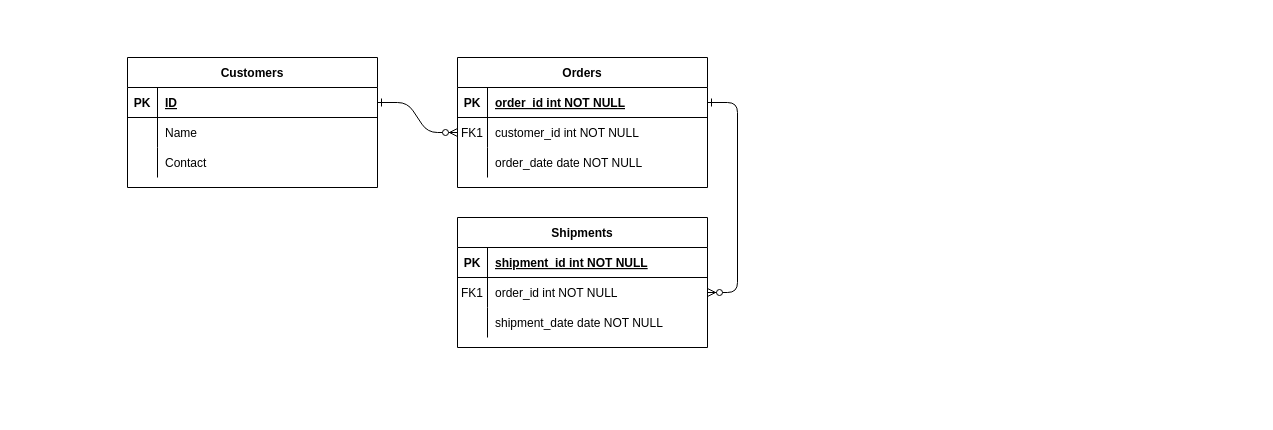
MooMooHorse/MATH221 keeps this draw.io diagram as Untitled Diagram.drawio. Above is the earlier version. Source tidied: cells renumbered, new cells numbered last; positions are measured from the earlier drawing's top-left corner, leaving out a move shared by most shapes. Both pictures are drawn from the tidied source at 100%, with x=0, y=0 at pixel (127, 57).
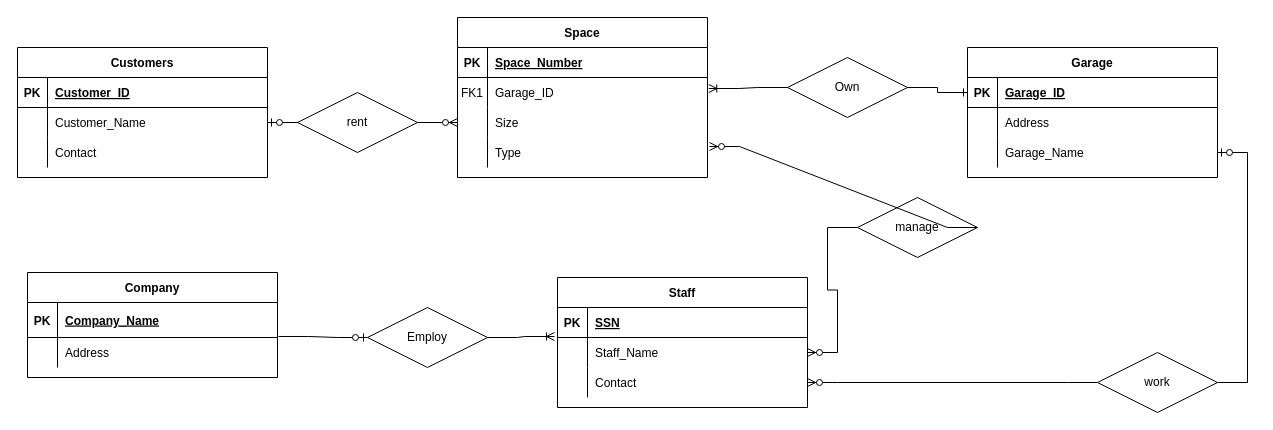
After the change.

The change refers to these unchanged cells:
```xml
<mxCell id="5" style="shape=partialRectangle;fillColor=none;points=[[0,0.5],[1,0.5]];portConstraint=eastwest;top=0;left=0;right=0;bottom=1;" parent="4" vertex="1">
  <mxGeometry y="30" width="250" height="30" as="geometry" />
</mxCell>
<mxCell id="8" style="shape=partialRectangle;fillColor=none;points=[[0,0.5],[1,0.5]];portConstraint=eastwest;top=0;left=0;right=0;bottom=0;" parent="4" vertex="1">
  <mxGeometry y="60" width="250" height="30" as="geometry" />
</mxCell>
<mxCell id="11" style="shape=partialRectangle;fillColor=none;points=[[0,0.5],[1,0.5]];portConstraint=eastwest;top=0;left=0;right=0;bottom=0;" parent="4" vertex="1">
  <mxGeometry y="90" width="250" height="30" as="geometry" />
</mxCell>
<mxCell id="15" style="shape=partialRectangle;fillColor=none;points=[[0,0.5],[1,0.5]];portConstraint=eastwest;top=0;left=0;right=0;bottom=1;" parent="14" vertex="1">
  <mxGeometry y="30" width="250" height="30" as="geometry" />
</mxCell>
<mxCell id="18" style="shape=partialRectangle;fillColor=none;points=[[0,0.5],[1,0.5]];portConstraint=eastwest;top=0;left=0;right=0;bottom=0;" parent="14" vertex="1">
  <mxGeometry y="60" width="250" height="30" as="geometry" />
</mxCell>
<mxCell id="21" style="shape=partialRectangle;fillColor=none;points=[[0,0.5],[1,0.5]];portConstraint=eastwest;top=0;left=0;right=0;bottom=0;" parent="14" vertex="1">
  <mxGeometry y="90" width="250" height="30" as="geometry" />
</mxCell>
<mxCell id="25" style="shape=partialRectangle;fillColor=none;points=[[0,0.5],[1,0.5]];portConstraint=eastwest;top=0;left=0;right=0;bottom=1;" parent="24" vertex="1">
  <mxGeometry y="30" width="250" height="30" as="geometry" />
</mxCell>
<mxCell id="28" style="shape=partialRectangle;fillColor=none;points=[[0,0.5],[1,0.5]];portConstraint=eastwest;top=0;left=0;right=0;bottom=0;" parent="24" vertex="1">
  <mxGeometry y="60" width="250" height="30" as="geometry" />
</mxCell>
```

What changed in the source:
```diff
@@
-    <mxCell id="2" style="edgeStyle=entityRelationEdgeStyle;endArrow=ERzeroToMany;startArrow=ERone;endFill=1;startFill=0;" parent="1" edge="1" source="25" target="8">
-      <mxGeometry relative="1" as="geometry" />
-    </mxCell>
-    <mxCell id="3" style="edgeStyle=entityRelationEdgeStyle;endArrow=ERzeroToMany;startArrow=ERone;endFill=1;startFill=0;" parent="1" edge="1" source="5" target="18">
-      <mxGeometry relative="1" as="geometry" />
-    </mxCell>
+    <mxCell id="34" style="edgeStyle=entityRelationEdgeStyle;fontSize=12;html=1;endArrow=ERzeroToOne;endFill=1;rounded=0;exitX=1;exitY=0.5;exitDx=0;exitDy=0;entryX=1;entryY=0.5;entryDx=0;entryDy=0;" parent="1" edge="1" source="67" target="21">
+      <mxGeometry relative="1" as="geometry" />
+    </mxCell>
-    <mxCell id="4" value="Orders" style="shape=table;startSize=30;childLayout=tableLayout;rowLines=0;fontStyle=1;align=center;" parent="1" vertex="1">
-      <mxGeometry x="330" width="250" height="130" as="geometry" />
+    <mxCell id="4" value="Space" style="shape=table;startSize=30;childLayout=tableLayout;rowLines=0;fontStyle=1;align=center;" parent="1" vertex="1">
+      <mxGeometry x="330" y="-40" width="250" height="160" as="geometry" />
     </mxCell>
@@
-    <mxCell id="7" value="order_id int NOT NULL " style="shape=partialRectangle;overflow=hidden;fillColor=none;top=0;left=0;bottom=0;right=0;align=left;spacingLeft=6;fontStyle=5;" parent="5" vertex="1">
+    <mxCell id="7" value="Space_Number" style="shape=partialRectangle;overflow=hidden;fillColor=none;top=0;left=0;bottom=0;right=0;align=left;spacingLeft=6;fontStyle=5;" parent="5" vertex="1">
       <mxGeometry x="30" width="220" height="30" as="geometry" />
     </mxCell>
@@
-    <mxCell id="10" value="customer_id int NOT NULL" style="shape=partialRectangle;overflow=hidden;fillColor=none;top=0;left=0;bottom=0;right=0;align=left;spacingLeft=6;" parent="8" vertex="1">
+    <mxCell id="10" value="Garage_ID" style="shape=partialRectangle;overflow=hidden;fillColor=none;top=0;left=0;bottom=0;right=0;align=left;spacingLeft=6;" parent="8" vertex="1">
       <mxGeometry x="30" width="220" height="30" as="geometry" />
     </mxCell>
@@
-    <mxCell id="13" value="order_date date NOT NULL" style="shape=partialRectangle;overflow=hidden;fillColor=none;top=0;left=0;bottom=0;right=0;align=left;spacingLeft=6;" parent="11" vertex="1">
+    <mxCell id="13" value="Size" style="shape=partialRectangle;overflow=hidden;fillColor=none;top=0;left=0;bottom=0;right=0;align=left;spacingLeft=6;" parent="11" vertex="1">
       <mxGeometry x="30" width="220" height="30" as="geometry" />
     </mxCell>
+    <mxCell id="35" style="shape=partialRectangle;fillColor=none;points=[[0,0.5],[1,0.5]];portConstraint=eastwest;top=0;left=0;right=0;bottom=0;" parent="4" vertex="1">
+      <mxGeometry y="120" width="250" height="30" as="geometry" />
+    </mxCell>
+    <mxCell id="36" style="shape=partialRectangle;overflow=hidden;fillColor=none;top=0;left=0;bottom=0;right=0;" parent="35" vertex="1">
+      <mxGeometry width="30" height="30" as="geometry" />
+    </mxCell>
+    <mxCell id="37" value="Type" style="shape=partialRectangle;overflow=hidden;fillColor=none;top=0;left=0;bottom=0;right=0;align=left;spacingLeft=6;" parent="35" vertex="1">
+      <mxGeometry x="30" width="220" height="30" as="geometry" />
+    </mxCell>
-    <mxCell id="14" value="Shipments" style="shape=table;startSize=30;childLayout=tableLayout;rowLines=0;fontStyle=1;align=center;" parent="1" vertex="1">
-      <mxGeometry x="330" y="160" width="250" height="130" as="geometry" />
+    <mxCell id="14" value="Garage" style="shape=table;startSize=30;childLayout=tableLayout;rowLines=0;fontStyle=1;align=center;" parent="1" vertex="1">
+      <mxGeometry x="840" y="-10" width="250" height="130" as="geometry" />
     </mxCell>
@@
-    <mxCell id="17" value="shipment_id int NOT NULL " style="shape=partialRectangle;overflow=hidden;fillColor=none;top=0;left=0;bottom=0;right=0;align=left;spacingLeft=6;fontStyle=5;" parent="15" vertex="1">
+    <mxCell id="17" value="Garage_ID" style="shape=partialRectangle;overflow=hidden;fillColor=none;top=0;left=0;bottom=0;right=0;align=left;spacingLeft=6;fontStyle=5;" parent="15" vertex="1">
       <mxGeometry x="30" width="220" height="30" as="geometry" />
     </mxCell>
@@
-    <mxCell id="19" value="FK1" style="shape=partialRectangle;overflow=hidden;fillColor=none;top=0;left=0;bottom=0;right=0;" parent="18" vertex="1">
+    <mxCell id="19" style="shape=partialRectangle;overflow=hidden;fillColor=none;top=0;left=0;bottom=0;right=0;" parent="18" vertex="1">
       <mxGeometry width="30" height="30" as="geometry" />
     </mxCell>
-    <mxCell id="20" value="order_id int NOT NULL" style="shape=partialRectangle;overflow=hidden;fillColor=none;top=0;left=0;bottom=0;right=0;align=left;spacingLeft=6;" parent="18" vertex="1">
+    <mxCell id="20" value="Address" style="shape=partialRectangle;overflow=hidden;fillColor=none;top=0;left=0;bottom=0;right=0;align=left;spacingLeft=6;" parent="18" vertex="1">
       <mxGeometry x="30" width="220" height="30" as="geometry" />
     </mxCell>
@@
-    <mxCell id="23" value="shipment_date date NOT NULL" style="shape=partialRectangle;overflow=hidden;fillColor=none;top=0;left=0;bottom=0;right=0;align=left;spacingLeft=6;" parent="21" vertex="1">
+    <mxCell id="23" value="Garage_Name" style="shape=partialRectangle;overflow=hidden;fillColor=none;top=0;left=0;bottom=0;right=0;align=left;spacingLeft=6;" parent="21" vertex="1">
       <mxGeometry x="30" width="220" height="30" as="geometry" />
     </mxCell>
     <mxCell id="24" value="Customers" style="shape=table;startSize=30;childLayout=tableLayout;rowLines=0;fontStyle=1;align=center;" parent="1" vertex="1">
-      <mxGeometry width="250" height="130" as="geometry" />
+      <mxGeometry x="-110" y="-10" width="250" height="130" as="geometry" />
     </mxCell>
@@
-    <mxCell id="27" value="ID" style="shape=partialRectangle;overflow=hidden;fillColor=none;top=0;left=0;bottom=0;right=0;align=left;spacingLeft=6;fontStyle=5;" parent="25" vertex="1">
+    <mxCell id="27" value="Customer_ID" style="shape=partialRectangle;overflow=hidden;fillColor=none;top=0;left=0;bottom=0;right=0;align=left;spacingLeft=6;fontStyle=5;" parent="25" vertex="1">
       <mxGeometry x="30" width="220" height="30" as="geometry" />
     </mxCell>
@@
-    <mxCell id="30" value="Name" style="shape=partialRectangle;overflow=hidden;fillColor=none;top=0;left=0;bottom=0;right=0;align=left;spacingLeft=6;" parent="28" vertex="1">
+    <mxCell id="30" value="Customer_Name" style="shape=partialRectangle;overflow=hidden;fillColor=none;top=0;left=0;bottom=0;right=0;align=left;spacingLeft=6;" parent="28" vertex="1">
       <mxGeometry x="30" width="220" height="30" as="geometry" />
     </mxCell>
@@
+    <mxCell id="38" value="Own" style="shape=rhombus;perimeter=rhombusPerimeter;whiteSpace=wrap;html=1;align=center;" parent="1" vertex="1">
+      <mxGeometry x="660" width="120" height="60" as="geometry" />
+    </mxCell>
+    <mxCell id="39" value="rent" style="shape=rhombus;perimeter=rhombusPerimeter;whiteSpace=wrap;html=1;align=center;" parent="1" vertex="1">
+      <mxGeometry x="170" y="35" width="120" height="60" as="geometry" />
+    </mxCell>
+    <mxCell id="40" style="edgeStyle=entityRelationEdgeStyle;fontSize=12;html=1;endArrow=ERzeroToMany;endFill=1;rounded=0;exitX=1;exitY=0.5;exitDx=0;exitDy=0;" parent="1" edge="1" source="39" target="11">
+      <mxGeometry relative="1" as="geometry" />
+    </mxCell>
+    <mxCell id="41" style="edgeStyle=entityRelationEdgeStyle;fontSize=12;html=1;endArrow=ERzeroToOne;endFill=1;rounded=0;exitX=0;exitY=0.5;exitDx=0;exitDy=0;" parent="1" edge="1" source="39" target="28">
+      <mxGeometry relative="1" as="geometry" />
+    </mxCell>
+    <mxCell id="42" style="edgeStyle=entityRelationEdgeStyle;fontSize=12;html=1;endArrow=ERoneToMany;rounded=0;exitX=0;exitY=0.5;exitDx=0;exitDy=0;entryX=1.005;entryY=0.367;entryDx=0;entryDy=0;entryPerimeter=0;" parent="1" edge="1" source="38" target="8">
+      <mxGeometry relative="1" as="geometry" />
+    </mxCell>
+    <mxCell id="43" style="edgeStyle=entityRelationEdgeStyle;fontSize=12;html=1;endArrow=ERone;endFill=1;rounded=0;exitX=1;exitY=0.5;exitDx=0;exitDy=0;entryX=0;entryY=0.5;entryDx=0;entryDy=0;" parent="1" edge="1" source="38" target="15">
+      <mxGeometry relative="1" as="geometry" />
+    </mxCell>
+    <mxCell id="44" value="Staff" style="shape=table;startSize=30;childLayout=tableLayout;rowLines=0;fontStyle=1;align=center;" parent="1" vertex="1">
+      <mxGeometry x="430" y="220" width="250" height="130" as="geometry" />
+    </mxCell>
+    <mxCell id="45" style="shape=partialRectangle;fillColor=none;top=0;left=0;right=0;bottom=1;" parent="44" vertex="1">
+      <mxGeometry y="30" width="250" height="30" as="geometry" />
+    </mxCell>
+    <mxCell id="46" value="PK" style="shape=partialRectangle;overflow=hidden;fillColor=none;top=0;left=0;bottom=0;right=0;fontStyle=1;" parent="45" vertex="1">
+      <mxGeometry width="30" height="30" as="geometry" />
+    </mxCell>
+    <mxCell id="47" value="SSN" style="shape=partialRectangle;overflow=hidden;fillColor=none;top=0;left=0;bottom=0;right=0;align=left;spacingLeft=6;fontStyle=5;" parent="45" vertex="1">
+      <mxGeometry x="30" width="220" height="30" as="geometry" />
+    </mxCell>
+    <mxCell id="48" style="shape=partialRectangle;fillColor=none;points=[[0,0.5],[1,0.5]];portConstraint=eastwest;top=0;left=0;right=0;bottom=0;" parent="44" vertex="1">
+      <mxGeometry y="60" width="250" height="30" as="geometry" />
+    </mxCell>
+    <mxCell id="49" style="shape=partialRectangle;overflow=hidden;fillColor=none;top=0;left=0;bottom=0;right=0;" parent="48" vertex="1">
+      <mxGeometry width="30" height="30" as="geometry" />
+    </mxCell>
+    <mxCell id="50" value="Staff_Name" style="shape=partialRectangle;overflow=hidden;fillColor=none;top=0;left=0;bottom=0;right=0;align=left;spacingLeft=6;" parent="48" vertex="1">
+      <mxGeometry x="30" width="220" height="30" as="geometry" />
+    </mxCell>
+    <mxCell id="51" style="shape=partialRectangle;fillColor=none;points=[[0,0.5],[1,0.5]];portConstraint=eastwest;top=0;left=0;right=0;bottom=0;" parent="44" vertex="1">
+      <mxGeometry y="90" width="250" height="30" as="geometry" />
+    </mxCell>
+    <mxCell id="52" style="shape=partialRectangle;overflow=hidden;fillColor=none;top=0;left=0;bottom=0;right=0;" parent="51" vertex="1">
+      <mxGeometry width="30" height="30" as="geometry" />
+    </mxCell>
+    <mxCell id="53" value="Contact" style="shape=partialRectangle;overflow=hidden;fillColor=none;top=0;left=0;bottom=0;right=0;align=left;spacingLeft=6;" parent="51" vertex="1">
+      <mxGeometry x="30" width="220" height="30" as="geometry" />
+    </mxCell>
+    <mxCell id="54" value="Employ" style="shape=rhombus;perimeter=rhombusPerimeter;whiteSpace=wrap;html=1;align=center;" parent="1" vertex="1">
+      <mxGeometry x="240" y="250" width="120" height="60" as="geometry" />
+    </mxCell>
+    <mxCell id="55" value="Company" style="shape=table;startSize=30;childLayout=tableLayout;rowLines=0;fontStyle=1;align=center;" parent="1" vertex="1">
+      <mxGeometry x="-100" y="215" width="250" height="105" as="geometry" />
+    </mxCell>
+    <mxCell id="56" style="shape=partialRectangle;fillColor=none;points=[[0,0.5],[1,0.5]];portConstraint=eastwest;top=0;left=0;right=0;bottom=1;" parent="55" vertex="1">
+      <mxGeometry y="30" width="250" height="35" as="geometry" />
+    </mxCell>
+    <mxCell id="57" value="PK" style="shape=partialRectangle;overflow=hidden;fillColor=none;top=0;left=0;bottom=0;right=0;fontStyle=1;" parent="56" vertex="1">
+      <mxGeometry width="30" height="35" as="geometry" />
+    </mxCell>
+    <mxCell id="58" value="Company_Name" style="shape=partialRectangle;overflow=hidden;fillColor=none;top=0;left=0;bottom=0;right=0;align=left;spacingLeft=6;fontStyle=5;" parent="56" vertex="1">
+      <mxGeometry x="30" width="220" height="35" as="geometry" />
+    </mxCell>
+    <mxCell id="59" style="shape=partialRectangle;fillColor=none;top=0;left=0;right=0;bottom=0;" parent="55" vertex="1">
+      <mxGeometry y="65" width="250" height="30" as="geometry" />
+    </mxCell>
+    <mxCell id="60" style="shape=partialRectangle;overflow=hidden;fillColor=none;top=0;left=0;bottom=0;right=0;" parent="59" vertex="1">
+      <mxGeometry width="30" height="30" as="geometry" />
+    </mxCell>
+    <mxCell id="61" value="Address" style="shape=partialRectangle;overflow=hidden;fillColor=none;top=0;left=0;bottom=0;right=0;align=left;spacingLeft=6;" parent="59" vertex="1">
+      <mxGeometry x="30" width="220" height="30" as="geometry" />
+    </mxCell>
+    <mxCell id="62" style="edgeStyle=entityRelationEdgeStyle;fontSize=12;html=1;endArrow=ERoneToMany;rounded=0;exitX=1;exitY=0.5;exitDx=0;exitDy=0;entryX=-0.012;entryY=-0.033;entryDx=0;entryDy=0;entryPerimeter=0;" parent="1" edge="1" source="54" target="48">
+      <mxGeometry relative="1" as="geometry" />
+    </mxCell>
+    <mxCell id="63" style="edgeStyle=entityRelationEdgeStyle;fontSize=12;html=1;endArrow=ERzeroToOne;endFill=1;rounded=0;exitX=1.004;exitY=0.971;exitDx=0;exitDy=0;exitPerimeter=0;entryX=0;entryY=0.5;entryDx=0;entryDy=0;" parent="1" edge="1" source="56" target="54">
+      <mxGeometry relative="1" as="geometry" />
+    </mxCell>
+    <mxCell id="64" value="manage" style="shape=rhombus;perimeter=rhombusPerimeter;whiteSpace=wrap;html=1;align=center;" parent="1" vertex="1">
+      <mxGeometry x="730" y="140" width="120" height="60" as="geometry" />
+    </mxCell>
+    <mxCell id="65" style="edgeStyle=entityRelationEdgeStyle;fontSize=12;html=1;endArrow=ERzeroToMany;endFill=1;rounded=0;exitX=0;exitY=0.5;exitDx=0;exitDy=0;entryX=1;entryY=0.5;entryDx=0;entryDy=0;" parent="1" edge="1" source="64" target="48">
+      <mxGeometry relative="1" as="geometry" />
+    </mxCell>
+    <mxCell id="66" style="edgeStyle=entityRelationEdgeStyle;fontSize=12;html=1;endArrow=ERzeroToMany;endFill=1;rounded=0;exitX=1;exitY=0.5;exitDx=0;exitDy=0;entryX=1.008;entryY=0.3;entryDx=0;entryDy=0;entryPerimeter=0;" parent="1" edge="1" source="64" target="35">
+      <mxGeometry relative="1" as="geometry" />
+    </mxCell>
+    <mxCell id="67" value="work" style="shape=rhombus;perimeter=rhombusPerimeter;whiteSpace=wrap;html=1;align=center;" parent="1" vertex="1">
+      <mxGeometry x="970" y="295" width="120" height="60" as="geometry" />
+    </mxCell>
+    <mxCell id="68" style="edgeStyle=entityRelationEdgeStyle;fontSize=12;html=1;endArrow=ERzeroToMany;endFill=1;rounded=0;exitX=0;exitY=0.5;exitDx=0;exitDy=0;entryX=1;entryY=0.5;entryDx=0;entryDy=0;" parent="1" edge="1" source="67" target="51">
+      <mxGeometry relative="1" as="geometry" />
+    </mxCell>
```
